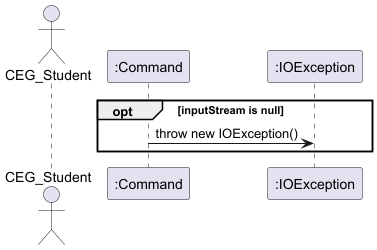
This is docs/images/CommandFileRead.png from nus-cs2113-AY2425S1/tp, a PlantUML export, as it was before one commit.
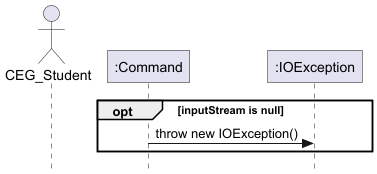
The same file after the commit.

Change to the diagram source:
```diff
@@ -1,5 +1,7 @@
 @startuml
 
+!include .SequenceDiagram.config
+hide footbox
 actor CEG_Student
 
 participant ":Command" as Command
```
